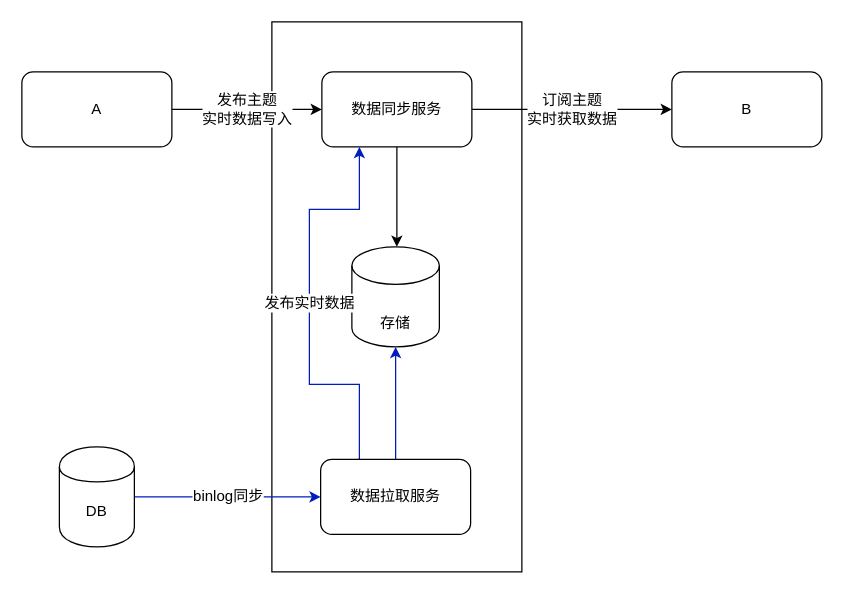
Before: tungee/Data Middle Platform/数据中台-数据同步.drawio in zhuzz0129/drawio, a draw.io diagram. Source tidied: cells renumbered, new cells numbered last; positions are measured from the earlier drawing's top-left corner, leaving out a move shared by most shapes. Both pictures are drawn from the tidied source at 125%, with x=0, y=0 at pixel (21, 21).
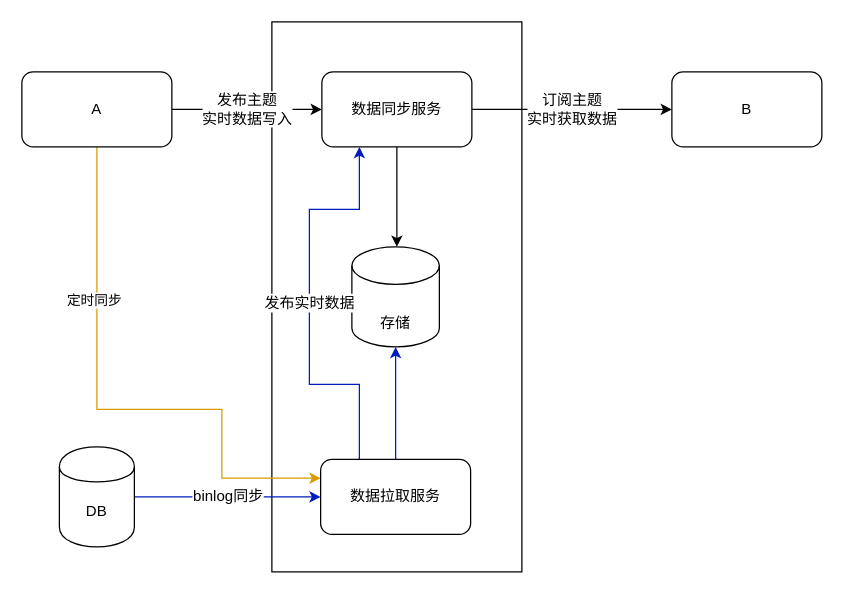
The same page after the edit.

Commit message:
更新数据中台-数据同步.drawio

The change refers to these unchanged cells:
```xml
<mxCell id="4" value="A" style="rounded=1;whiteSpace=wrap;html=1;fontSize=12;" parent="1" vertex="1">
  <mxGeometry y="40" width="120" height="60" as="geometry" />
</mxCell>
<mxCell id="12" value="数据拉取服务" style="rounded=1;whiteSpace=wrap;html=1;fontSize=12;" parent="1" vertex="1">
  <mxGeometry x="239" y="350" width="120" height="60" as="geometry" />
</mxCell>
```

The edit, as a diff of the source:
```diff
@@
+    <mxCell id="15" style="edgeStyle=orthogonalEdgeStyle;rounded=0;jettySize=auto;html=1;exitX=0.5;exitY=1;exitDx=0;exitDy=0;entryX=0;entryY=0.25;entryDx=0;entryDy=0;fillColor=#ffe6cc;strokeColor=#d79b00;" parent="1" edge="1" source="4" target="12">
+      <mxGeometry relative="1" as="geometry">
+        <Array as="points">
+          <mxPoint x="60" y="310" />
+          <mxPoint x="160" y="310" />
+          <mxPoint x="160" y="365" />
+        </Array>
+      </mxGeometry>
+    </mxCell>
+    <mxCell id="16" value="定时同步" style="edgeLabel;html=1;align=center;verticalAlign=middle;" parent="15" vertex="1">
+      <mxGeometry x="-0.45" y="-3" relative="1" as="geometry" />
+    </mxCell>
```
